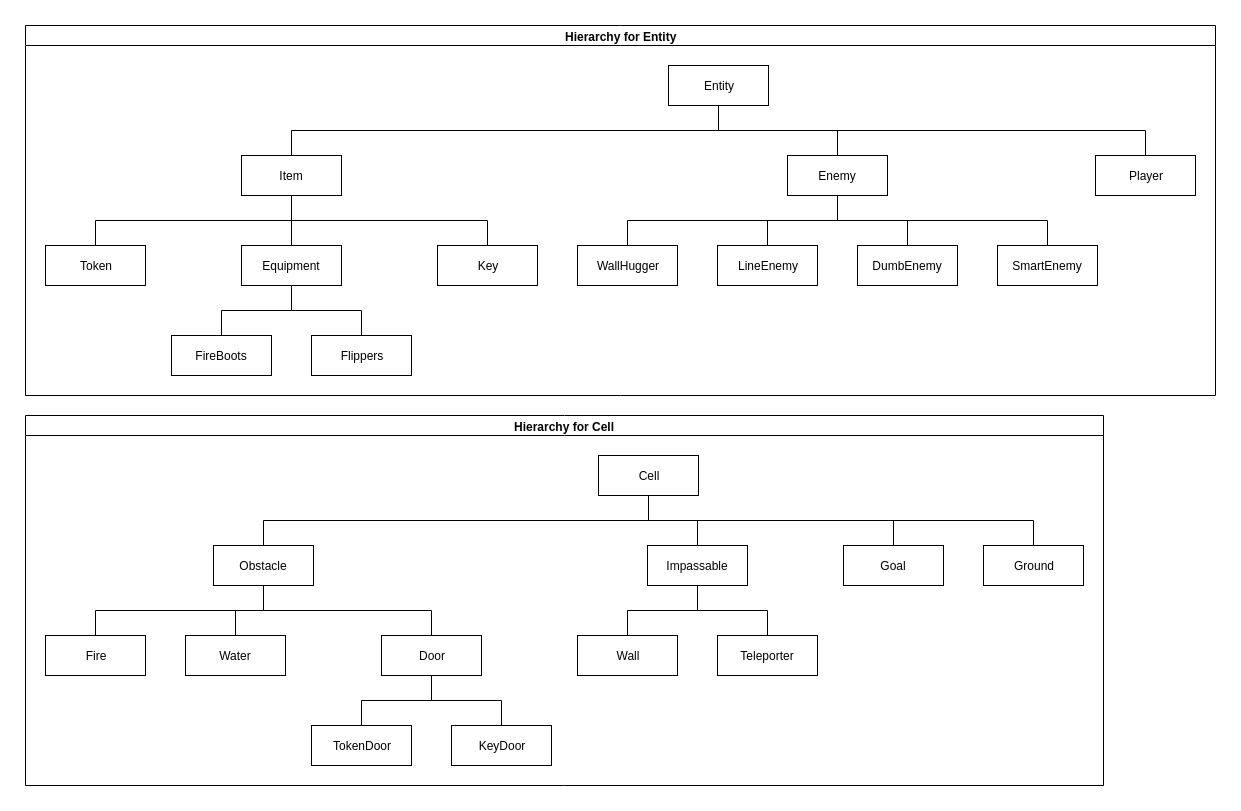
Earlier version of the draw.io export Design Documents/Class_Heirarchy.png (ChuksAjeh/CS-230). Source tidied: cells renumbered, new cells last; positions are measured from the earlier drawing's top-left corner, leaving out a move shared by most shapes.
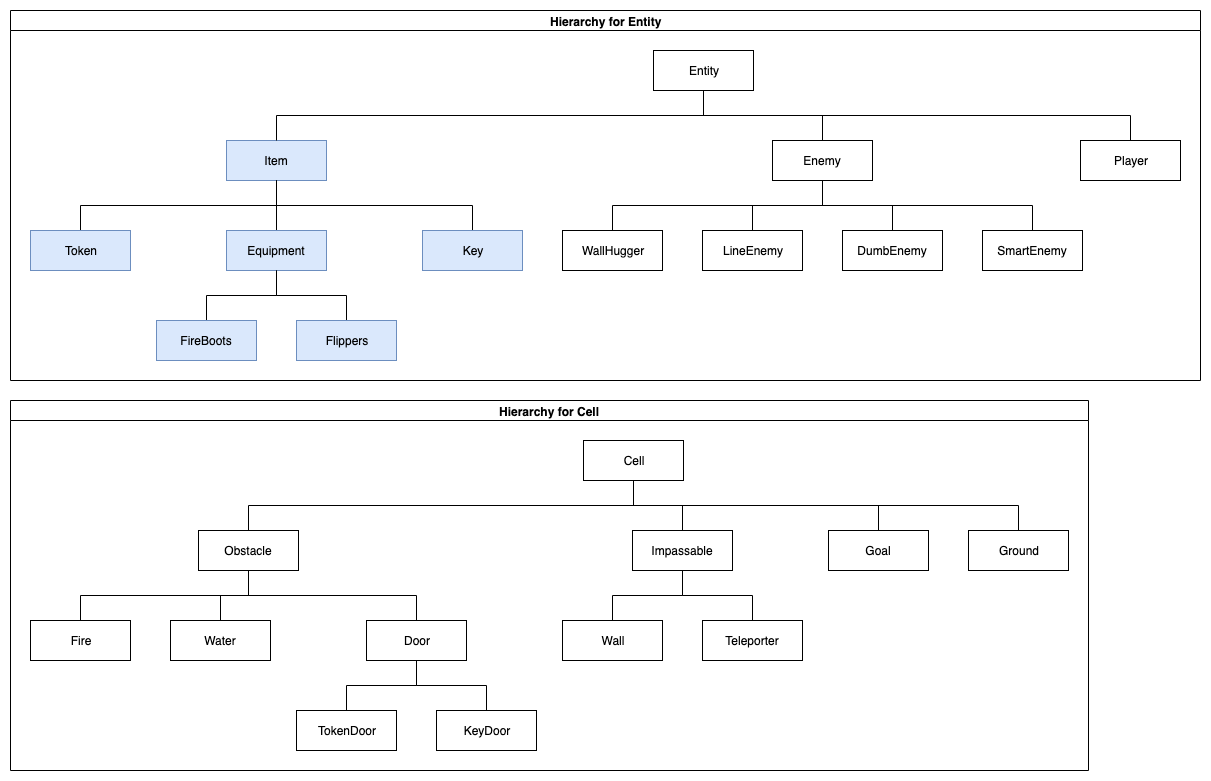
The same file after the commit.

Diff of the diagram source:
```diff
@@ -8,7 +8,7 @@
     <mxCell id="3" value="Entity" style="whiteSpace=wrap;html=1;" parent="2" vertex="1">
       <mxGeometry x="643" y="40" width="100" height="40" as="geometry" />
     </mxCell>
-    <mxCell id="4" value="Item" style="whiteSpace=wrap;html=1;" parent="2" vertex="1">
+    <mxCell id="4" value="Item" style="whiteSpace=wrap;html=1;fillColor=#dae8fc;strokeColor=#6c8ebf;" parent="2" vertex="1">
       <mxGeometry x="216" y="130" width="100" height="40" as="geometry" />
     </mxCell>
     <mxCell id="5" style="edgeStyle=elbowEdgeStyle;elbow=vertical;html=1;rounded=0;endArrow=none;endFill=0;" parent="2" edge="1" source="3" target="4">
@@ -53,31 +53,31 @@
     <mxCell id="18" style="edgeStyle=elbowEdgeStyle;elbow=vertical;html=1;rounded=0;endArrow=none;endFill=0;" parent="2" edge="1" source="4" target="19">
       <mxGeometry relative="1" as="geometry" />
     </mxCell>
-    <mxCell id="19" value="Token" style="whiteSpace=wrap;html=1;" parent="2" vertex="1">
+    <mxCell id="19" value="Token" style="whiteSpace=wrap;html=1;fillColor=#dae8fc;strokeColor=#6c8ebf;" parent="2" vertex="1">
       <mxGeometry x="20" y="220" width="100" height="40" as="geometry" />
     </mxCell>
     <mxCell id="20" style="edgeStyle=elbowEdgeStyle;elbow=vertical;html=1;rounded=0;endArrow=none;endFill=0;" parent="2" edge="1" source="4" target="21">
       <mxGeometry relative="1" as="geometry" />
     </mxCell>
-    <mxCell id="21" value="Equipment" style="whiteSpace=wrap;html=1;" parent="2" vertex="1">
+    <mxCell id="21" value="Equipment" style="whiteSpace=wrap;html=1;fillColor=#dae8fc;strokeColor=#6c8ebf;" parent="2" vertex="1">
       <mxGeometry x="216" y="220" width="100" height="40" as="geometry" />
     </mxCell>
     <mxCell id="22" style="edgeStyle=elbowEdgeStyle;elbow=vertical;html=1;rounded=0;endArrow=none;endFill=0;" parent="2" edge="1" source="4" target="23">
       <mxGeometry relative="1" as="geometry" />
     </mxCell>
-    <mxCell id="23" value="Key" style="whiteSpace=wrap;html=1;" parent="2" vertex="1">
+    <mxCell id="23" value="Key" style="whiteSpace=wrap;html=1;fillColor=#dae8fc;strokeColor=#6c8ebf;" parent="2" vertex="1">
       <mxGeometry x="412" y="220" width="100" height="40" as="geometry" />
     </mxCell>
     <mxCell id="24" style="edgeStyle=elbowEdgeStyle;elbow=vertical;html=1;rounded=0;endArrow=none;endFill=0;" parent="2" edge="1" source="21" target="25">
       <mxGeometry relative="1" as="geometry" />
     </mxCell>
-    <mxCell id="25" value="FireBoots" style="whiteSpace=wrap;html=1;" parent="2" vertex="1">
+    <mxCell id="25" value="FireBoots" style="whiteSpace=wrap;html=1;fillColor=#dae8fc;strokeColor=#6c8ebf;" parent="2" vertex="1">
       <mxGeometry x="146" y="310" width="100" height="40" as="geometry" />
     </mxCell>
     <mxCell id="26" style="edgeStyle=elbowEdgeStyle;elbow=vertical;html=1;rounded=0;endArrow=none;endFill=0;" parent="2" edge="1" source="21" target="27">
       <mxGeometry relative="1" as="geometry" />
     </mxCell>
-    <mxCell id="27" value="Flippers" style="whiteSpace=wrap;html=1;" parent="2" vertex="1">
+    <mxCell id="27" value="Flippers" style="whiteSpace=wrap;html=1;fillColor=#dae8fc;strokeColor=#6c8ebf;" parent="2" vertex="1">
       <mxGeometry x="286" y="310" width="100" height="40" as="geometry" />
     </mxCell>
     <mxCell id="28" value="Hierarchy for Cell" style="swimlane;html=1;startSize=20;horizontal=1;horizontalTree=0;containerType=tree;rounded=0;shadow=0;glass=0;comic=0;" parent="1" vertex="1">
```
